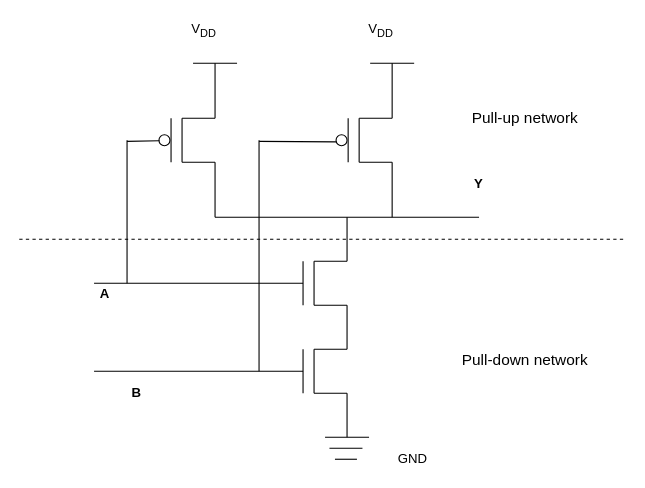
The draw.io diagram page "cmos_nand" (10 of 14) of computer-architecture/img/computer_architecture.drawio in minhpro/cs-notes, before the edit. Source tidied: cells renumbered, new cells numbered last; positions are measured from the earlier drawing's top-left corner, leaving out a move shared by most shapes. Both pictures are drawn from the tidied source at 110%, with x=0, y=0 at pixel (19, 19).
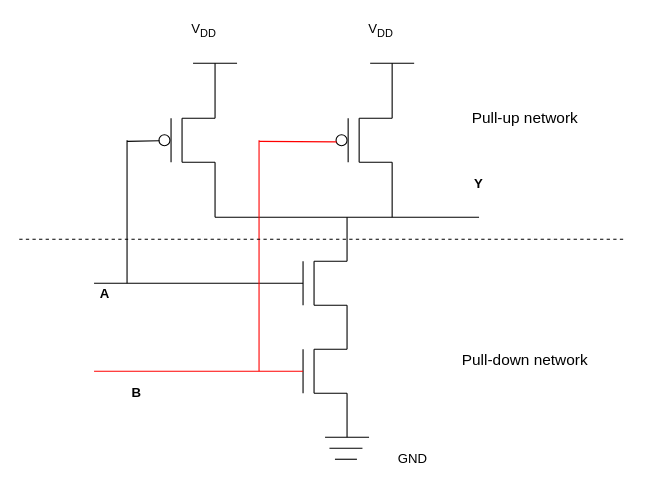
After the change.

Change to the diagram source:
```diff
@@
-    <mxCell id="41" style="endArrow=none;html=1;entryX=0;entryY=0;entryDx=0;entryDy=0;" parent="1" edge="1">
+    <mxCell id="41" style="endArrow=none;html=1;entryX=0;entryY=0;entryDx=0;entryDy=0;fillColor=#f8cecc;strokeColor=#FF0000;" parent="1" edge="1">
       <mxGeometry relative="1" as="geometry">
         <mxPoint x="218" y="111" as="sourcePoint" />
         <mxPoint x="288.5" y="111.5" as="targetPoint" />
       </mxGeometry>
     </mxCell>
-    <mxCell id="42" style="endArrow=none;html=1;" parent="1" edge="1">
+    <mxCell id="42" style="endArrow=none;html=1;fillColor=#f8cecc;strokeColor=#FF0000;" parent="1" edge="1">
       <mxGeometry relative="1" as="geometry">
         <mxPoint x="218" y="320" as="sourcePoint" />
         <mxPoint x="218" y="110" as="targetPoint" />
       </mxGeometry>
     </mxCell>
-    <mxCell id="43" style="endArrow=none;html=1;" parent="1" edge="1">
+    <mxCell id="43" style="endArrow=none;html=1;fillColor=#f8cecc;strokeColor=#FF0000;" parent="1" edge="1">
       <mxGeometry relative="1" as="geometry">
         <mxPoint x="68" y="320" as="sourcePoint" />
         <mxPoint x="258" y="320" as="targetPoint" />
       </mxGeometry>
     </mxCell>
```
